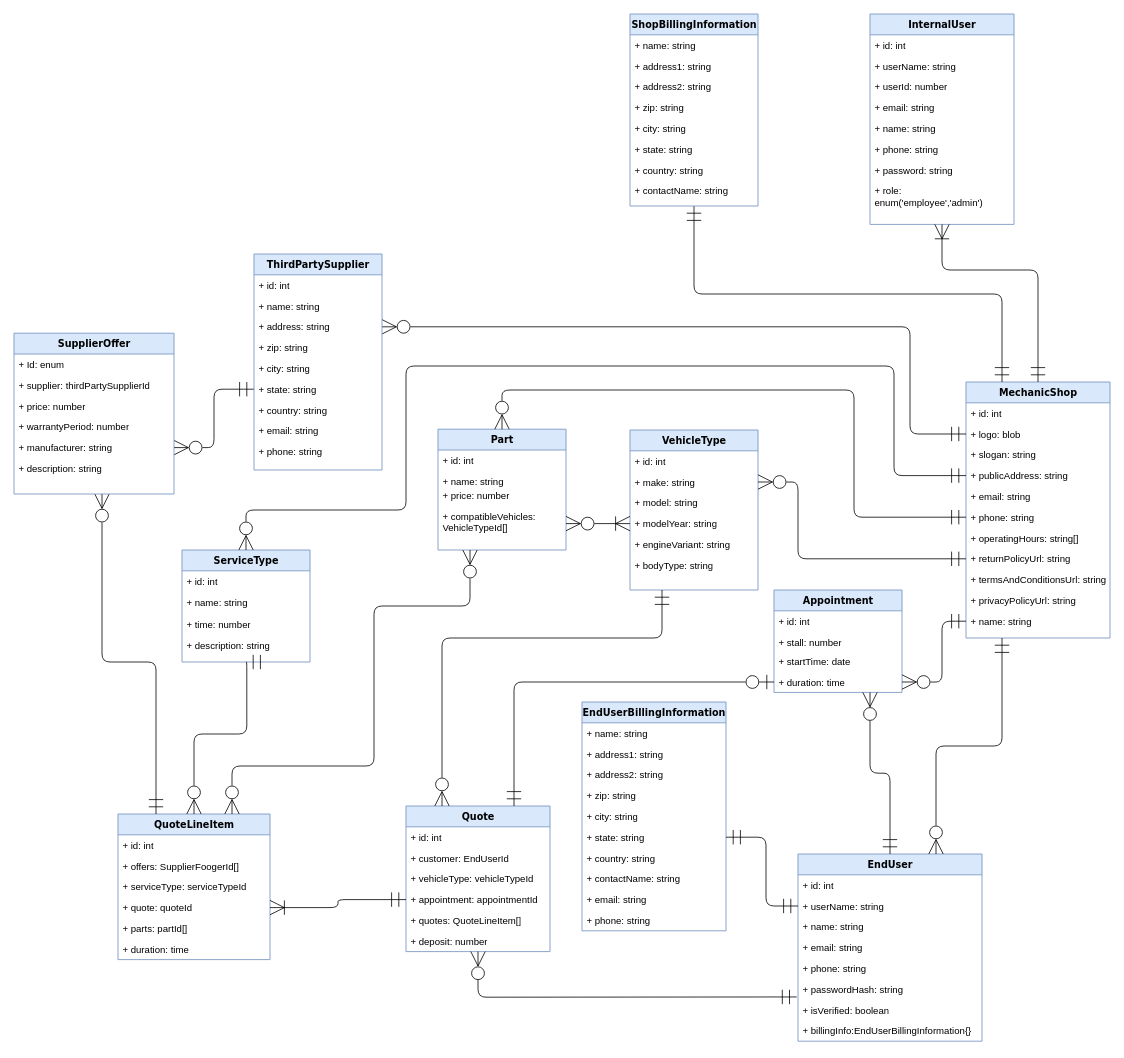
Awrmani/AutoQuotes keeps this draw.io diagram as PlanningPhase/Entity_Relationship_Diagrams/ERD_Update.drawio. Above is the earlier version. Source tidied: cells renumbered, new cells numbered last; positions are measured from the earlier drawing's top-left corner, leaving out a move shared by most shapes. Both pictures are drawn from the tidied source at 80%, with x=0, y=0 at pixel (14, 14).
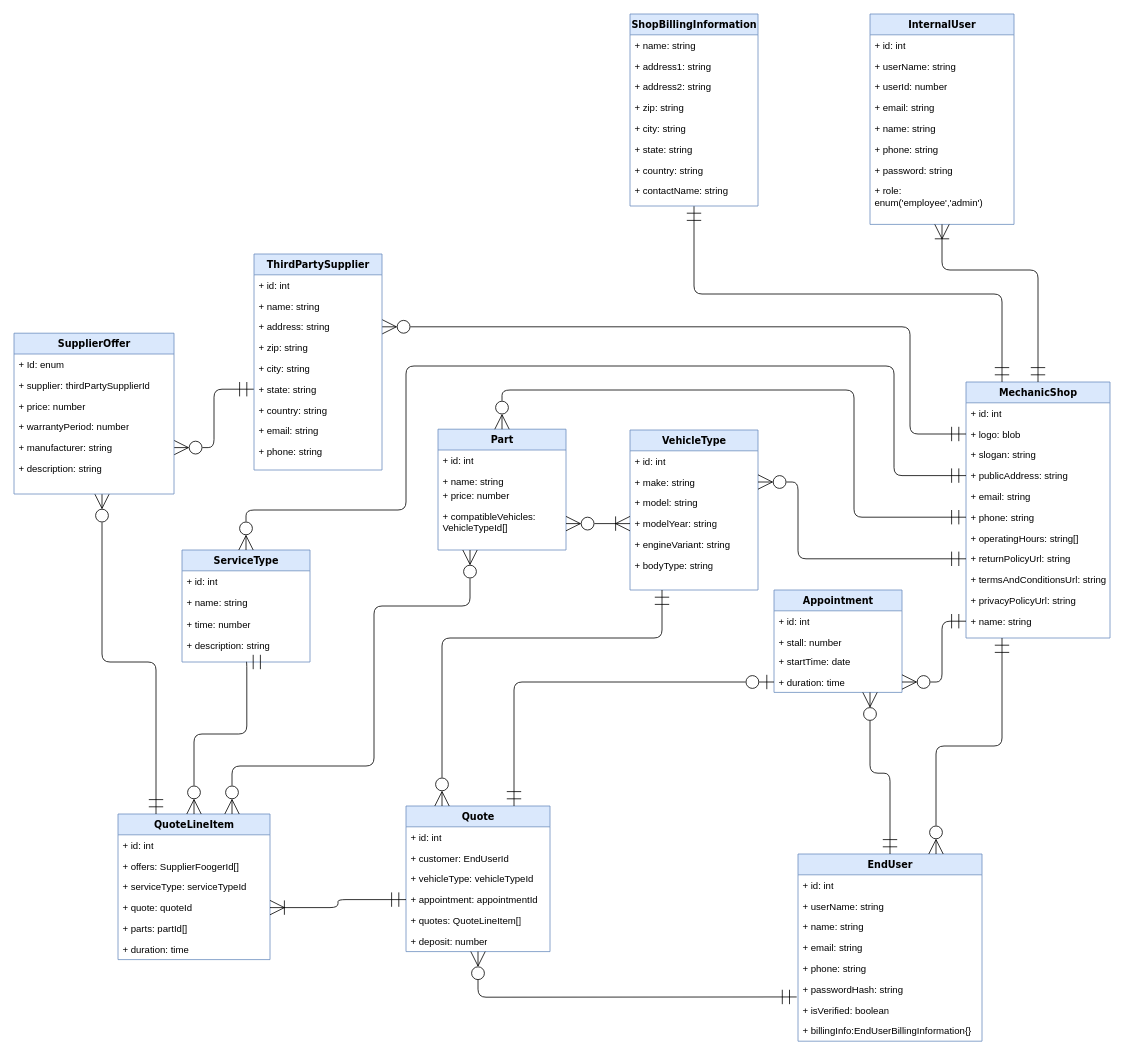
The same diagram, later.

Commit message:
Update ERD_Update.drawio, Removed End-User billing info table

Diff of the diagram source:
```diff
@@
-    <mxCell id="39" value="EndUserBillingInformation" style="swimlane;html=1;fontStyle=1;align=center;verticalAlign=top;horizontal=1;startSize=26;swimlaneFillColor=#ffffff;rounded=0;shadow=0;comic=0;labelBackgroundColor=none;strokeWidth=1;fillColor=#dae8fc;fontFamily=Verdana;fontSize=12;strokeColor=#6c8ebf;" parent="1" vertex="1">
-      <mxGeometry x="710" y="860" width="180" height="286" as="geometry" />
-    </mxCell>
-    <mxCell id="40" value="+ name: string" style="text;html=1;strokeColor=none;fillColor=none;align=left;verticalAlign=top;spacingLeft=4;spacingRight=4;whiteSpace=wrap;overflow=hidden;" parent="39" vertex="1">
-      <mxGeometry y="26" width="180" height="26" as="geometry" />
-    </mxCell>
-    <mxCell id="41" value="+ address1: string" style="text;html=1;strokeColor=none;fillColor=none;align=left;verticalAlign=top;spacingLeft=4;spacingRight=4;whiteSpace=wrap;overflow=hidden;" parent="39" vertex="1">
-      <mxGeometry y="52" width="180" height="26" as="geometry" />
-    </mxCell>
-    <mxCell id="42" value="+ address2: string" style="text;html=1;strokeColor=none;fillColor=none;align=left;verticalAlign=top;spacingLeft=4;spacingRight=4;whiteSpace=wrap;overflow=hidden;" parent="39" vertex="1">
-      <mxGeometry y="78" width="180" height="26" as="geometry" />
-    </mxCell>
-    <mxCell id="43" value="+ zip: string" style="text;html=1;strokeColor=none;fillColor=none;align=left;verticalAlign=top;spacingLeft=4;spacingRight=4;whiteSpace=wrap;overflow=hidden;" parent="39" vertex="1">
-      <mxGeometry y="104" width="180" height="26" as="geometry" />
-    </mxCell>
-    <mxCell id="44" value="+ city: string" style="text;html=1;strokeColor=none;fillColor=none;align=left;verticalAlign=top;spacingLeft=4;spacingRight=4;whiteSpace=wrap;overflow=hidden;" parent="39" vertex="1">
-      <mxGeometry y="130" width="180" height="26" as="geometry" />
-    </mxCell>
-    <mxCell id="45" value="+ state: string" style="text;html=1;strokeColor=none;fillColor=none;align=left;verticalAlign=top;spacingLeft=4;spacingRight=4;whiteSpace=wrap;overflow=hidden;points=[[0,0.5],[1,0.5]];portConstraint=eastwest;" parent="39" vertex="1">
-      <mxGeometry y="156" width="180" height="26" as="geometry" />
-    </mxCell>
-    <mxCell id="46" value="+ country: string" style="text;html=1;strokeColor=none;fillColor=none;align=left;verticalAlign=top;spacingLeft=4;spacingRight=4;whiteSpace=wrap;overflow=hidden;" parent="39" vertex="1">
-      <mxGeometry y="182" width="180" height="26" as="geometry" />
-    </mxCell>
-    <mxCell id="47" value="+ contactName: string" style="text;html=1;strokeColor=none;fillColor=none;align=left;verticalAlign=top;spacingLeft=4;spacingRight=4;whiteSpace=wrap;overflow=hidden;" parent="39" vertex="1">
-      <mxGeometry y="208" width="180" height="26" as="geometry" />
-    </mxCell>
-    <mxCell id="48" value="+ email: string" style="text;html=1;strokeColor=none;fillColor=none;align=left;verticalAlign=top;spacingLeft=4;spacingRight=4;whiteSpace=wrap;overflow=hidden;" parent="39" vertex="1">
-      <mxGeometry y="234" width="180" height="26" as="geometry" />
-    </mxCell>
-    <mxCell id="49" value="+ phone: string" style="text;html=1;strokeColor=none;fillColor=none;align=left;verticalAlign=top;spacingLeft=4;spacingRight=4;whiteSpace=wrap;overflow=hidden;" parent="39" vertex="1">
-      <mxGeometry y="260" width="180" height="26" as="geometry" />
-    </mxCell>
@@
-    <mxCell id="62" style="endArrow=ERmandOne;endFill=0;endSize=16;html=1;rounded=1;strokeColor=default;exitX=1;exitY=0.5;exitDx=0;exitDy=0;entryX=0;entryY=0.5;entryDx=0;entryDy=0;edgeStyle=orthogonalEdgeStyle;startArrow=ERmandOne;startFill=0;startSize=16;" parent="1" edge="1" source="45">
-      <mxGeometry relative="1" as="geometry">
-        <mxPoint x="980" y="1115" as="targetPoint" />
-        <Array as="points">
-          <mxPoint x="940" y="1029" />
-          <mxPoint x="940" y="1115" />
-        </Array>
-      </mxGeometry>
-    </mxCell>
```
